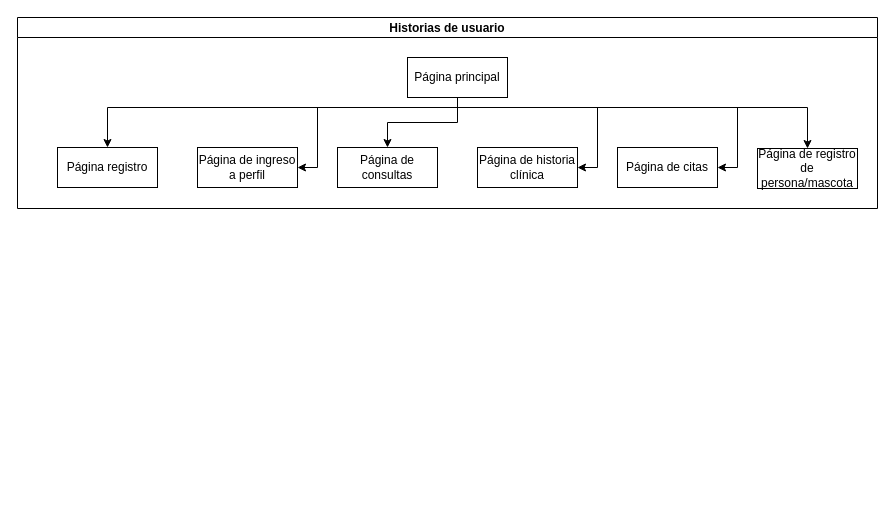
Before: page "Historias de usuario" (5 of 5) of Diagramas.drawio in juandabi/teleVeterinaria, a draw.io diagram. Source tidied: cells renumbered, new cells numbered last; positions are measured from the earlier drawing's top-left corner, leaving out a move shared by most shapes. Both pictures are drawn from the tidied source at 100%, with x=0, y=0 at pixel (17, 17).
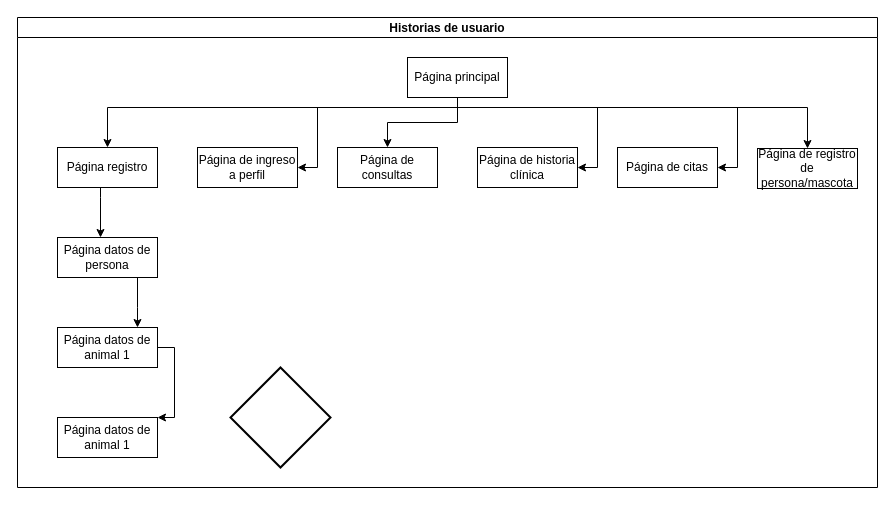
After the change.

Unchanged cells that the change refers to:
```xml
<mxCell id="4" value="Página registro" style="whiteSpace=wrap;html=1;" parent="2" vertex="1">
  <mxGeometry x="40" y="130" width="100" height="40" as="geometry" />
</mxCell>
```

Change to the diagram source:
```diff
@@
     <mxCell id="2" value="Historias de usuario" style="swimlane;startSize=20;horizontal=1;horizontalTree=0;containerType=tree;" parent="1" vertex="1">
-      <mxGeometry width="860" height="191" as="geometry" />
+      <mxGeometry width="860" height="470" as="geometry" />
     </mxCell>
@@
+    <mxCell id="16" style="edgeStyle=elbowEdgeStyle;elbow=vertical;html=1;rounded=0;" parent="2" edge="1" source="4" target="17">
+      <mxGeometry relative="1" as="geometry">
+        <Array as="points">
+          <mxPoint x="83" y="180" />
+          <mxPoint x="57" y="220" />
+        </Array>
+      </mxGeometry>
+    </mxCell>
+    <mxCell id="17" value="Página datos de persona" style="whiteSpace=wrap;html=1;" parent="2" vertex="1">
+      <mxGeometry x="40" y="220" width="100" height="40" as="geometry" />
+    </mxCell>
+    <mxCell id="18" style="edgeStyle=elbowEdgeStyle;elbow=vertical;html=1;rounded=0;" parent="2" edge="1" source="17" target="19">
+      <mxGeometry relative="1" as="geometry">
+        <Array as="points">
+          <mxPoint x="120" y="290" />
+          <mxPoint x="94" y="330" />
+        </Array>
+      </mxGeometry>
+    </mxCell>
+    <mxCell id="19" value="Página datos de animal 1" style="whiteSpace=wrap;html=1;" parent="2" vertex="1">
+      <mxGeometry x="40" y="310" width="100" height="40" as="geometry" />
+    </mxCell>
+    <mxCell id="20" style="edgeStyle=elbowEdgeStyle;elbow=vertical;html=1;rounded=0;" parent="2" edge="1" source="19" target="21">
+      <mxGeometry relative="1" as="geometry">
+        <Array as="points">
+          <mxPoint x="157" y="400" />
+          <mxPoint x="131" y="440" />
+        </Array>
+      </mxGeometry>
+    </mxCell>
+    <mxCell id="21" value="Página datos de animal 1" style="whiteSpace=wrap;html=1;" parent="2" vertex="1">
+      <mxGeometry x="40" y="400" width="100" height="40" as="geometry" />
+    </mxCell>
+    <mxCell id="22" style="strokeWidth=2;html=1;shape=mxgraph.flowchart.decision;whiteSpace=wrap;" parent="2" vertex="1">
+      <mxGeometry x="213" y="350" width="100" height="100" as="geometry" />
+    </mxCell>
```
